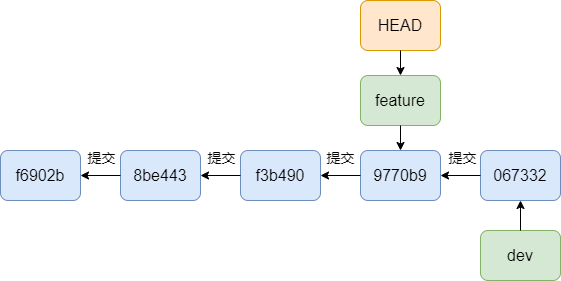
This is git/git提交HEAD变化示例.drawio.png from guxdong/imgrepo, a draw.io export, as it was before one commit. Source tidied: cells renumbered, new cells last; positions are measured from the earlier drawing's top-left corner, leaving out a move shared by most shapes.
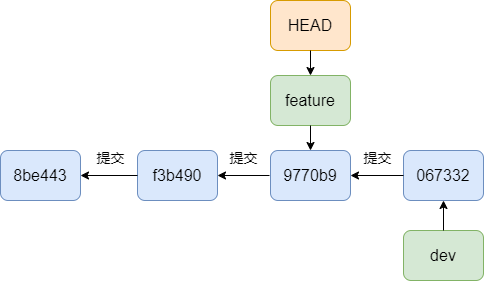
Above is the later version.

Commit message:
更新git提交HEAD变化示例.drawio.png

The edit, as a diff of the source:
```diff
@@ -3,28 +3,24 @@
     <mxCell id="0" />
     <mxCell id="1" parent="0" />
     <mxCell id="2" value="&lt;font style=&quot;font-size: 16px;&quot;&gt;067332&lt;/font&gt;" style="rounded=1;whiteSpace=wrap;html=1;fontSize=14;fillColor=#dae8fc;strokeColor=#6c8ebf;" parent="1" vertex="1">
-      <mxGeometry x="480" y="150" width="80" height="50" as="geometry" />
+      <mxGeometry x="493" y="150" width="80" height="50" as="geometry" />
     </mxCell>
     <mxCell id="3" value="&lt;font style=&quot;font-size: 16px;&quot;&gt;8be443&lt;/font&gt;" style="rounded=1;whiteSpace=wrap;html=1;fontSize=14;fillColor=#dae8fc;strokeColor=#6c8ebf;" parent="1" vertex="1">
-      <mxGeometry x="120" y="150" width="80" height="50" as="geometry" />
+      <mxGeometry x="90" y="150" width="80" height="50" as="geometry" />
     </mxCell>
     <mxCell id="4" value="&lt;font style=&quot;font-size: 16px;&quot;&gt;f3b490&lt;/font&gt;" style="rounded=1;whiteSpace=wrap;html=1;fontSize=14;fillColor=#dae8fc;strokeColor=#6c8ebf;" parent="1" vertex="1">
-      <mxGeometry x="240" y="150" width="80" height="50" as="geometry" />
+      <mxGeometry x="227" y="150" width="80" height="50" as="geometry" />
     </mxCell>
     <mxCell id="5" value="&lt;font style=&quot;font-size: 16px;&quot;&gt;9770b9&lt;/font&gt;" style="rounded=1;whiteSpace=wrap;html=1;fontSize=14;fillColor=#dae8fc;strokeColor=#6c8ebf;" parent="1" vertex="1">
       <mxGeometry x="360" y="150" width="80" height="50" as="geometry" />
     </mxCell>
-    <mxCell id="6" value="&lt;font style=&quot;font-size: 16px;&quot;&gt;f6902b&lt;/font&gt;" style="rounded=1;whiteSpace=wrap;html=1;fillColor=#dae8fc;strokeColor=#6c8ebf;" parent="1" vertex="1">
-      <mxGeometry y="150" width="80" height="50" as="geometry" />
-    </mxCell>
-    <mxCell id="7" style="endArrow=classic;html=1;rounded=0;entryX=1;entryY=0.5;entryDx=0;entryDy=0;exitX=0;exitY=0.5;exitDx=0;exitDy=0;" parent="1" edge="1" source="3" target="6">
-      <mxGeometry relative="1" as="geometry" />
-    </mxCell>
     <mxCell id="8" style="endArrow=classic;html=1;rounded=0;entryX=1;entryY=0.5;entryDx=0;entryDy=0;exitX=0;exitY=0.5;exitDx=0;exitDy=0;" parent="1" edge="1" source="4" target="3">
       <mxGeometry relative="1" as="geometry" />
     </mxCell>
-    <mxCell id="9" style="endArrow=classic;html=1;rounded=0;entryX=1;entryY=0.5;entryDx=0;entryDy=0;" parent="1" edge="1" source="5" target="4">
-      <mxGeometry relative="1" as="geometry" />
+    <mxCell id="9" style="endArrow=classic;html=1;rounded=0;entryX=1;entryY=0.5;entryDx=0;entryDy=0;" parent="1" edge="1" target="4">
+      <mxGeometry relative="1" as="geometry">
+        <mxPoint x="359" y="175" as="sourcePoint" />
+      </mxGeometry>
     </mxCell>
     <mxCell id="10" style="endArrow=classic;html=1;rounded=0;entryX=1;entryY=0.5;entryDx=0;entryDy=0;" parent="1" edge="1" source="2" target="5">
       <mxGeometry relative="1" as="geometry" />
@@ -36,7 +32,7 @@
       <mxGeometry x="360" width="80" height="50" as="geometry" />
     </mxCell>
     <mxCell id="13" value="&lt;font style=&quot;font-size: 16px;&quot;&gt;dev&lt;/font&gt;" style="rounded=1;whiteSpace=wrap;html=1;fontSize=14;fillColor=#d5e8d4;strokeColor=#82b366;" parent="1" vertex="1">
-      <mxGeometry x="480" y="230" width="80" height="50" as="geometry" />
+      <mxGeometry x="493" y="230" width="80" height="50" as="geometry" />
     </mxCell>
     <mxCell id="14" style="endArrow=classic;html=1;rounded=0;entryX=0.5;entryY=1;entryDx=0;entryDy=0;exitX=0.5;exitY=0;exitDx=0;exitDy=0;" parent="1" edge="1" source="13" target="2">
       <mxGeometry relative="1" as="geometry" />
@@ -47,17 +43,14 @@
     <mxCell id="16" style="endArrow=classic;html=1;rounded=0;exitX=0.5;exitY=1;exitDx=0;exitDy=0;entryX=0.5;entryY=0;entryDx=0;entryDy=0;" parent="1" edge="1" source="12" target="11">
       <mxGeometry relative="1" as="geometry" />
     </mxCell>
-    <mxCell id="17" value="&lt;font style=&quot;font-size: 14px;&quot;&gt;提交&lt;/font&gt;" style="text;html=1;align=center;verticalAlign=middle;strokeColor=none;fillColor=none;" parent="1" vertex="1">
-      <mxGeometry x="76" y="140" width="50" height="35" as="geometry" />
-    </mxCell>
     <mxCell id="18" value="&lt;font style=&quot;font-size: 14px;&quot;&gt;提交&lt;/font&gt;" style="text;html=1;align=center;verticalAlign=middle;strokeColor=none;fillColor=none;" parent="1" vertex="1">
-      <mxGeometry x="196" y="140" width="50" height="35" as="geometry" />
+      <mxGeometry x="175" y="140" width="50" height="35" as="geometry" />
     </mxCell>
     <mxCell id="19" value="&lt;font style=&quot;font-size: 14px;&quot;&gt;提交&lt;/font&gt;" style="text;html=1;align=center;verticalAlign=middle;strokeColor=none;fillColor=none;" parent="1" vertex="1">
-      <mxGeometry x="315" y="140" width="50" height="35" as="geometry" />
+      <mxGeometry x="308" y="140" width="50" height="35" as="geometry" />
     </mxCell>
     <mxCell id="20" value="&lt;font style=&quot;font-size: 14px;&quot;&gt;提交&lt;/font&gt;" style="text;html=1;align=center;verticalAlign=middle;strokeColor=none;fillColor=none;" parent="1" vertex="1">
-      <mxGeometry x="437" y="140" width="50" height="35" as="geometry" />
+      <mxGeometry x="442" y="140" width="50" height="35" as="geometry" />
     </mxCell>
   </root>
 </mxGraphModel>
```
